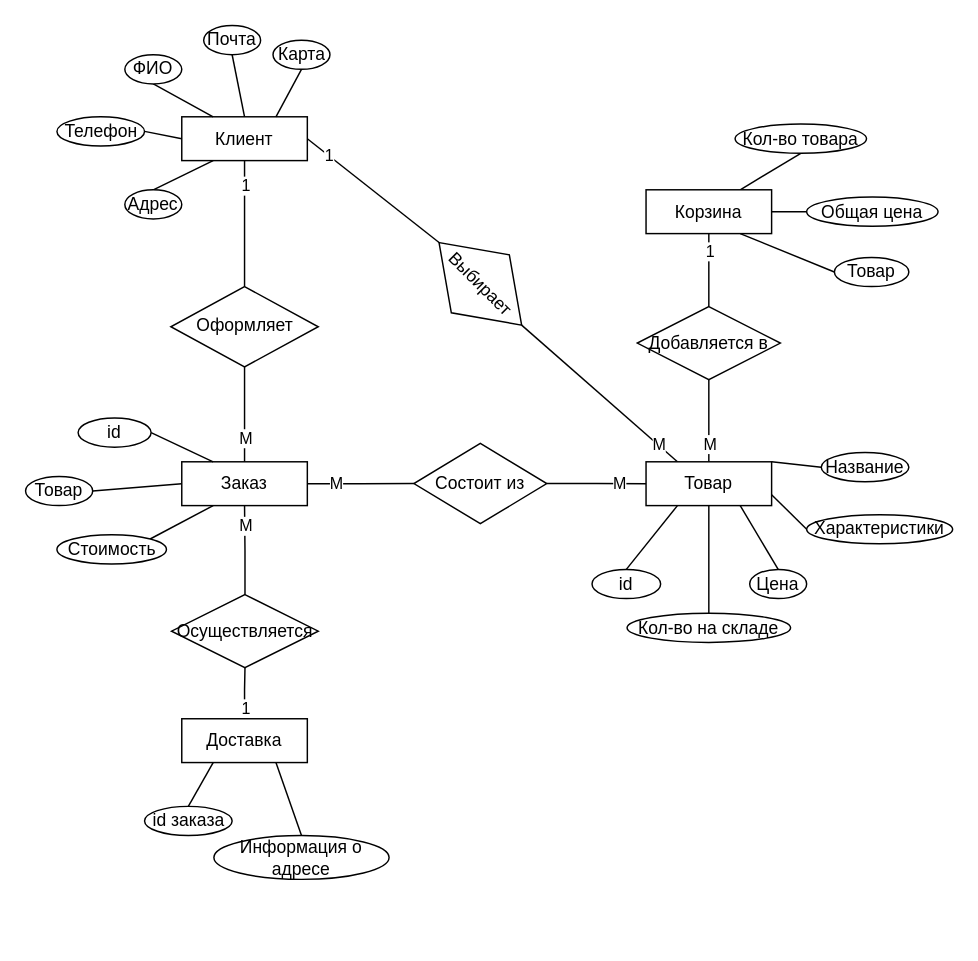
Above: page "Концептуальная модель" (7 of 7) of Все диаграммы.drawio in AnnaOtchina/AnnaKyrsach (draw.io), before the change. Source tidied: cells renumbered, new cells numbered last; positions are measured from the earlier drawing's top-left corner, leaving out a move shared by most shapes. Both pictures are drawn from the tidied source at 146%, with x=0, y=0 at pixel (25, 25).
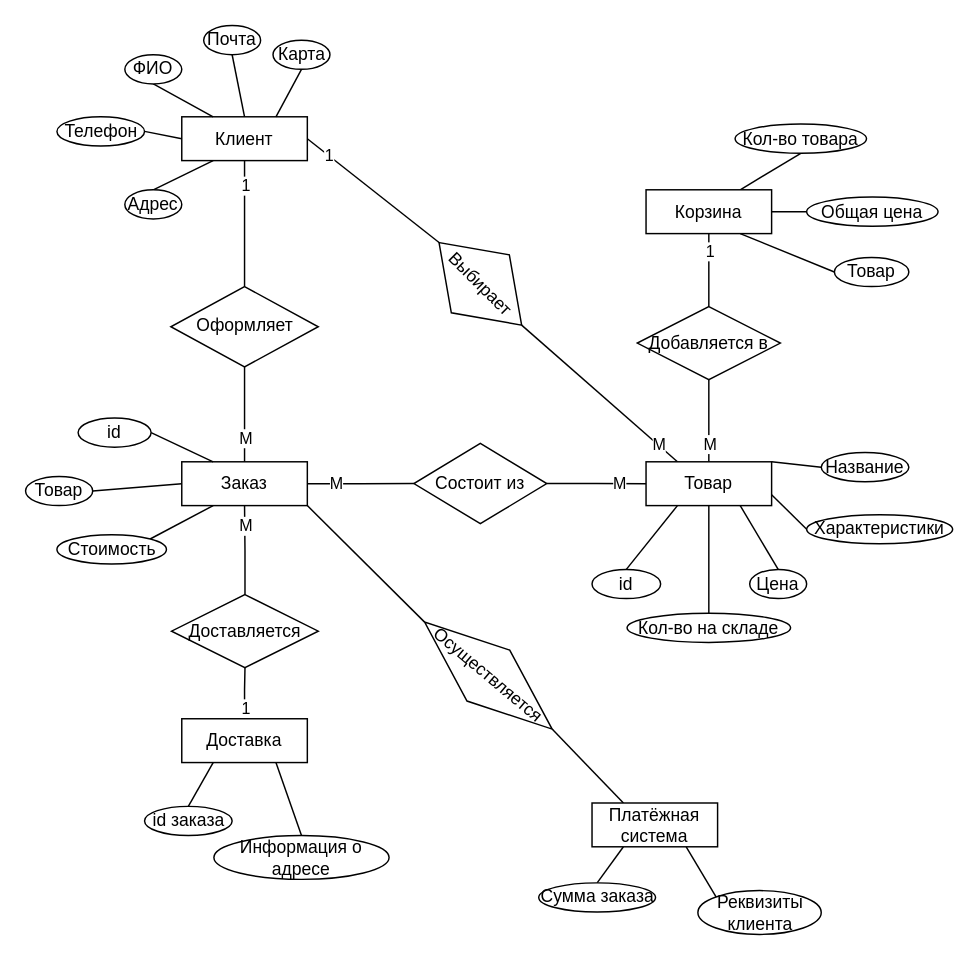
Above is the later version.

Unchanged cells that the change refers to:
```xml
<mxCell id="11" value="Заказ" style="rounded=0;whiteSpace=wrap;html=1;" parent="1" vertex="1">
  <mxGeometry x="107" y="298.8" width="86" height="30" as="geometry" />
</mxCell>
```

Change to the diagram source:
```diff
@@
+    <mxCell id="68" style="rounded=0;jettySize=auto;html=1;exitX=1;exitY=1;exitDx=0;exitDy=0;entryX=0;entryY=0.5;entryDx=0;entryDy=0;endArrow=none;endFill=0;" parent="1" edge="1" source="11" target="73">
+      <mxGeometry relative="1" as="geometry" />
+    </mxCell>
@@
-    <mxCell id="38" value="Осуществляется" style="rhombus;whiteSpace=wrap;html=1;rounded=0;" parent="1" vertex="1">
+    <mxCell id="38" value="Доставляется" style="rhombus;whiteSpace=wrap;html=1;rounded=0;" parent="1" vertex="1">
       <mxGeometry x="100" y="389.8" width="100.5" height="50" as="geometry" />
     </mxCell>
@@
+    <mxCell id="69" style="rounded=0;jettySize=auto;html=1;exitX=1;exitY=0.5;exitDx=0;exitDy=0;entryX=0.25;entryY=0;entryDx=0;entryDy=0;endArrow=none;endFill=0;" parent="1" edge="1" source="73" target="72">
+      <mxGeometry relative="1" as="geometry" />
+    </mxCell>
+    <mxCell id="70" style="rounded=0;jettySize=auto;html=1;exitX=0.25;exitY=1;exitDx=0;exitDy=0;entryX=0.5;entryY=0;entryDx=0;entryDy=0;endArrow=none;endFill=0;" parent="1" edge="1" source="72" target="74">
+      <mxGeometry relative="1" as="geometry" />
+    </mxCell>
+    <mxCell id="71" style="rounded=0;jettySize=auto;html=1;exitX=0.75;exitY=1;exitDx=0;exitDy=0;entryX=0;entryY=0;entryDx=0;entryDy=0;endArrow=none;endFill=0;" parent="1" edge="1" source="72" target="75">
+      <mxGeometry relative="1" as="geometry" />
+    </mxCell>
+    <mxCell id="72" value="Платёжная система" style="rounded=0;whiteSpace=wrap;html=1;" parent="1" vertex="1">
+      <mxGeometry x="388" y="532.5" width="86" height="30" as="geometry" />
+    </mxCell>
+    <mxCell id="73" value="Осуществляется" style="rhombus;whiteSpace=wrap;html=1;rotation=40;" parent="1" vertex="1">
+      <mxGeometry x="260" y="422.5" width="114" height="45.5" as="geometry" />
+    </mxCell>
+    <mxCell id="74" value="Сумма заказа" style="ellipse;whiteSpace=wrap;html=1;" parent="1" vertex="1">
+      <mxGeometry x="351.5" y="587.2" width="80" height="20" as="geometry" />
+    </mxCell>
+    <mxCell id="75" value="Реквизиты клиента" style="ellipse;whiteSpace=wrap;html=1;" parent="1" vertex="1">
+      <mxGeometry x="460.5" y="592.5" width="84.5" height="30" as="geometry" />
+    </mxCell>
```
